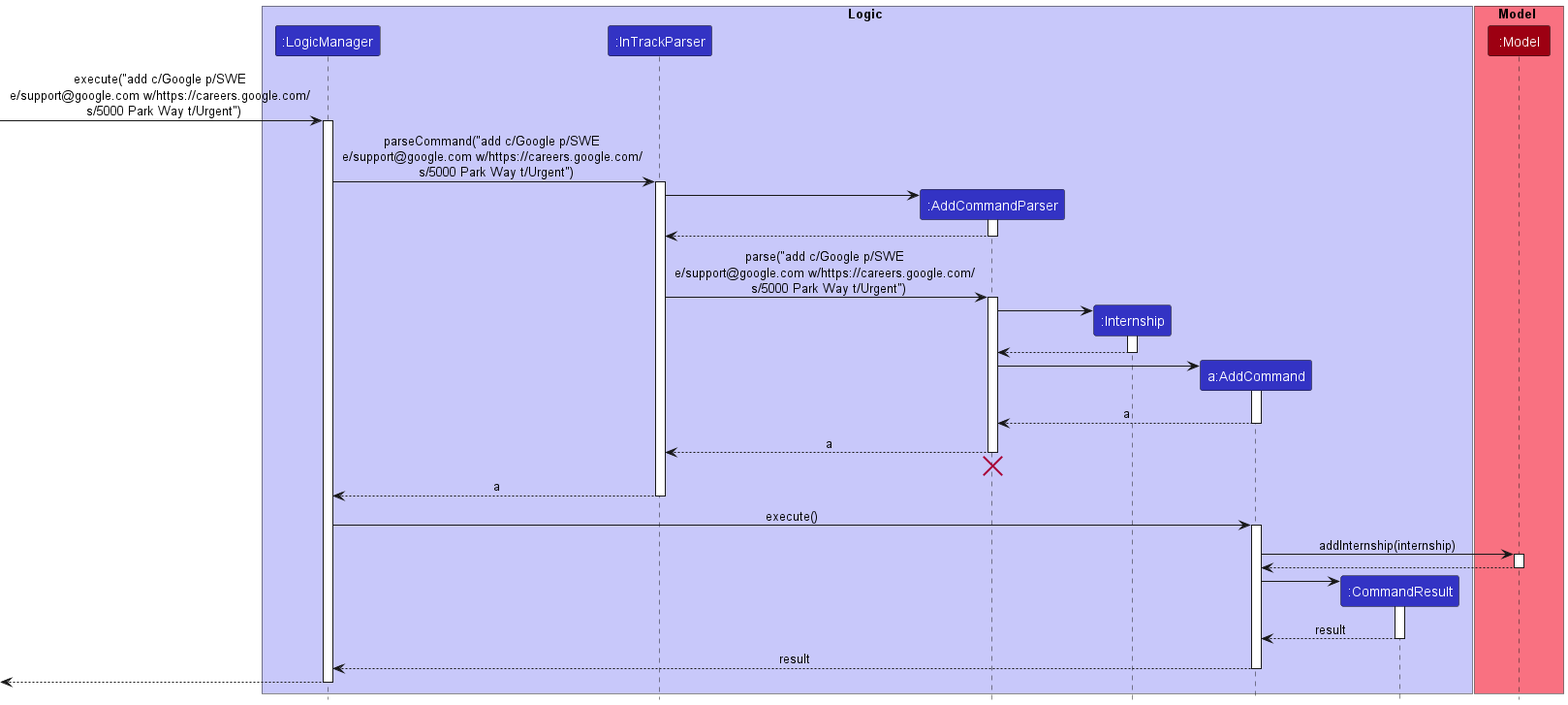
This is docs/images/AddSequenceDiagram.png from nus-cs2103-AY2223S1/tp, a PlantUML export, as it was before one commit. Source of this version:
```plantuml
@startuml
!include style.puml

box Logic LOGIC_COLOR_T1
participant ":LogicManager" as LogicManager LOGIC_COLOR
participant ":InTrackParser" as InTrackParser LOGIC_COLOR
participant ":AddCommandParser" as AddCommandParser LOGIC_COLOR
participant ":Internship" as Internship LOGIC_COLOR
participant "a:AddCommand" as AddCommand LOGIC_COLOR
participant ":CommandResult" as CommandResult LOGIC_COLOR
end box

box Model MODEL_COLOR_T1
participant ":Model" as Model MODEL_COLOR
end box

[-> LogicManager : execute("add c/Google p/SWE \ne/support@google.com w/https://careers.google.com/ \n s/5000 Park Way t/Urgent")
activate LogicManager

LogicManager -> InTrackParser : parseCommand("add c/Google p/SWE \ne/support@google.com w/https://careers.google.com/ \n s/5000 Park Way t/Urgent")
activate InTrackParser

create AddCommandParser
InTrackParser -> AddCommandParser
activate AddCommandParser

AddCommandParser --> InTrackParser
deactivate AddCommandParser

InTrackParser -> AddCommandParser : parse("add c/Google p/SWE \ne/support@google.com w/https://careers.google.com/ \n s/5000 Park Way t/Urgent")
activate AddCommandParser

create Internship
AddCommandParser -> Internship
activate Internship

Internship --> AddCommandParser
deactivate Internship

create AddCommand
AddCommandParser -> AddCommand
activate AddCommand

AddCommand --> AddCommandParser : a
deactivate AddCommand

AddCommandParser --> InTrackParser : a
deactivate AddCommandParser
AddCommandParser -[hidden]-> InTrackParser
destroy AddCommandParser

InTrackParser --> LogicManager : a
deactivate InTrackParser

LogicManager -> AddCommand : execute()
activate AddCommand

AddCommand -> Model : addInternship(internship)
activate Model

Model --> AddCommand
deactivate Model

create CommandResult
AddCommand -> CommandResult
activate CommandResult

CommandResult --> AddCommand : result
deactivate CommandResult

AddCommand --> LogicManager : result
deactivate AddCommand

[<--LogicManager
deactivate LogicManager
@enduml
```
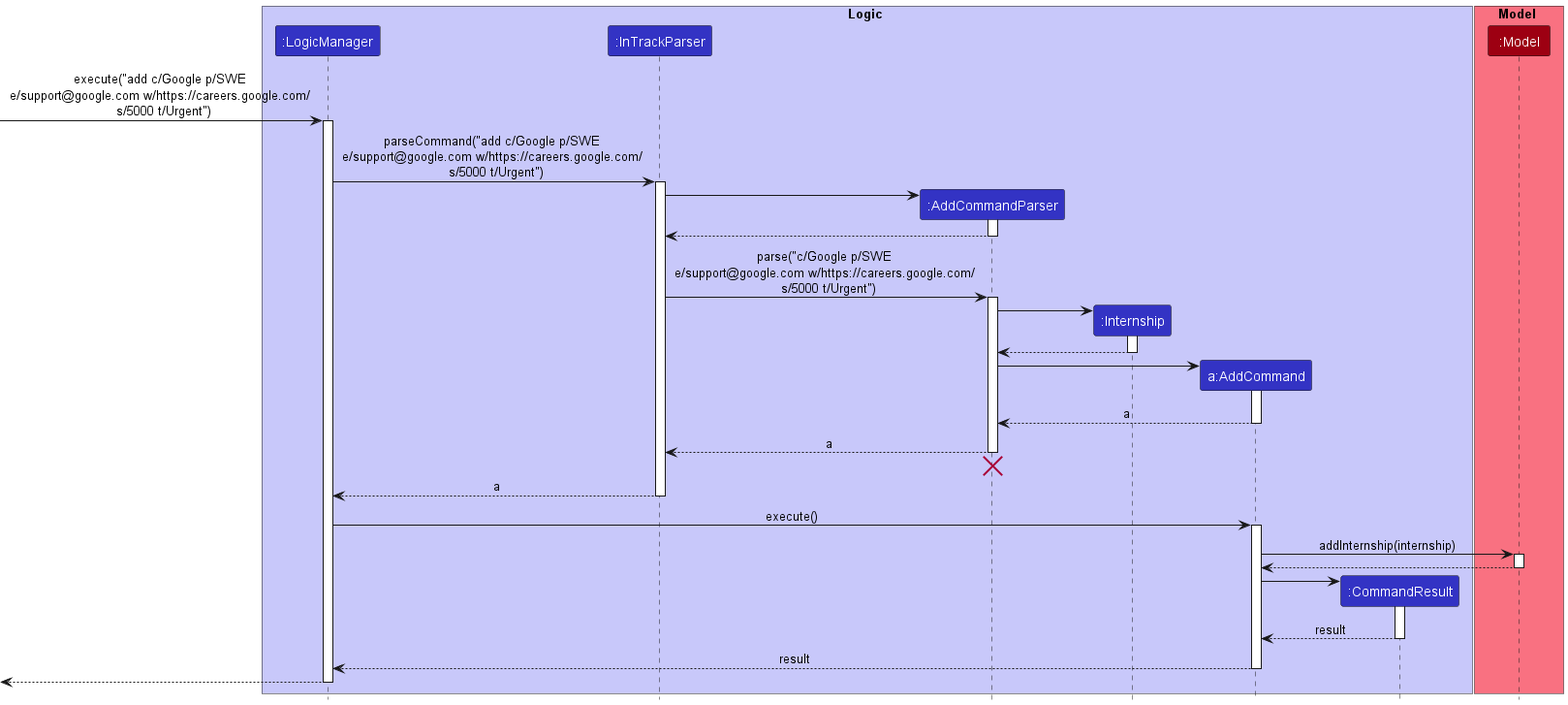
After the change.

Diff of the diagram source:
```diff
@@ -14,10 +14,10 @@
 participant ":Model" as Model MODEL_COLOR
 end box
 
-[-> LogicManager : execute("add c/Google p/SWE \ne/support@google.com w/https://careers.google.com/ \n s/5000 Park Way t/Urgent")
+[-> LogicManager : execute("add c/Google p/SWE \ne/support@google.com w/https://careers.google.com/ \n s/5000 t/Urgent")
 activate LogicManager
 
-LogicManager -> InTrackParser : parseCommand("add c/Google p/SWE \ne/support@google.com w/https://careers.google.com/ \n s/5000 Park Way t/Urgent")
+LogicManager -> InTrackParser : parseCommand("add c/Google p/SWE \ne/support@google.com w/https://careers.google.com/ \n s/5000 t/Urgent")
 activate InTrackParser
 
 create AddCommandParser
@@ -27,7 +27,7 @@
 AddCommandParser --> InTrackParser
 deactivate AddCommandParser
 
-InTrackParser -> AddCommandParser : parse("add c/Google p/SWE \ne/support@google.com w/https://careers.google.com/ \n s/5000 Park Way t/Urgent")
+InTrackParser -> AddCommandParser : parse("c/Google p/SWE \ne/support@google.com w/https://careers.google.com/ \n s/5000 t/Urgent")
 activate AddCommandParser
 
 create Internship
```
